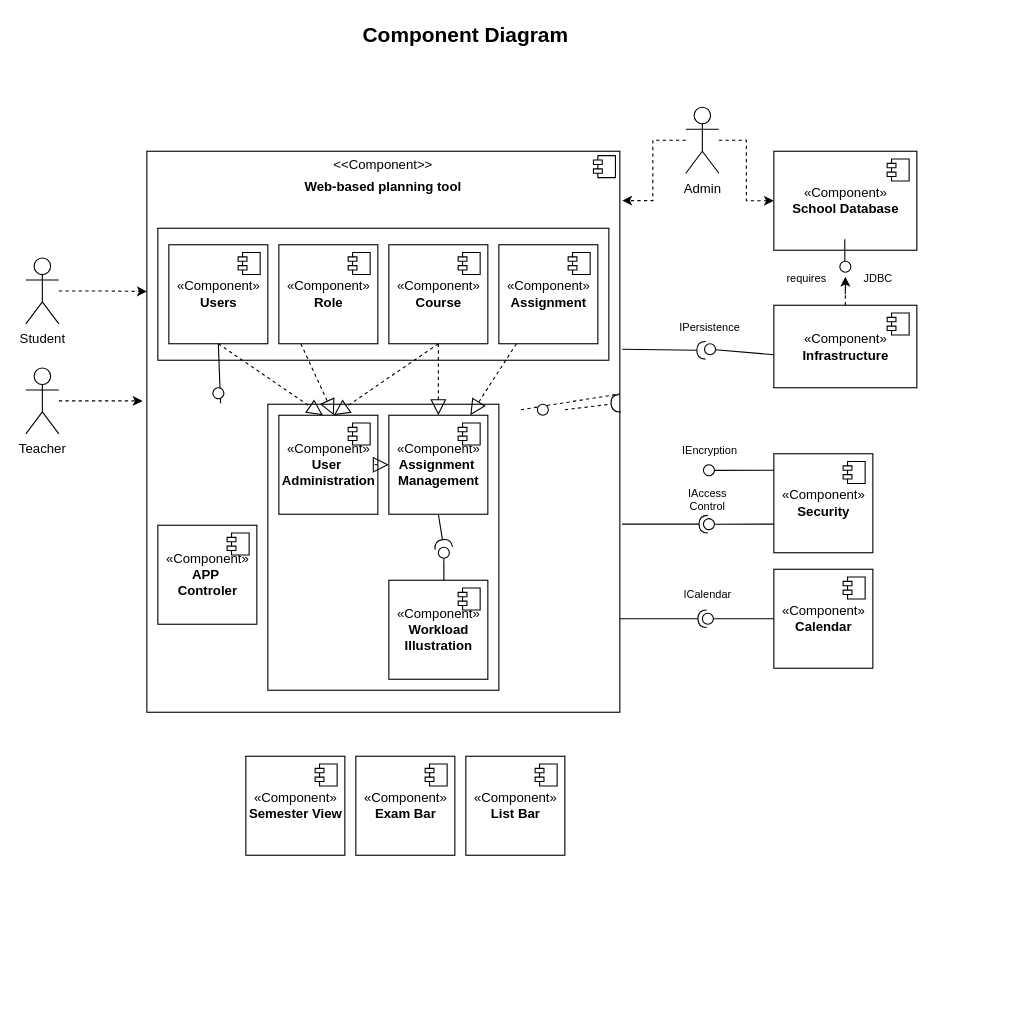
Earlier version of the draw.io diagram diagrams/Untitled Diagram.drawio (die-drei-fragezeichen/eXama). Source tidied: cells renumbered, new cells numbered last; positions are measured from the earlier drawing's top-left corner, leaving out a move shared by most shapes. Both pictures are drawn from the tidied source at 110%, with x=0, y=0 at pixel (25, 19).
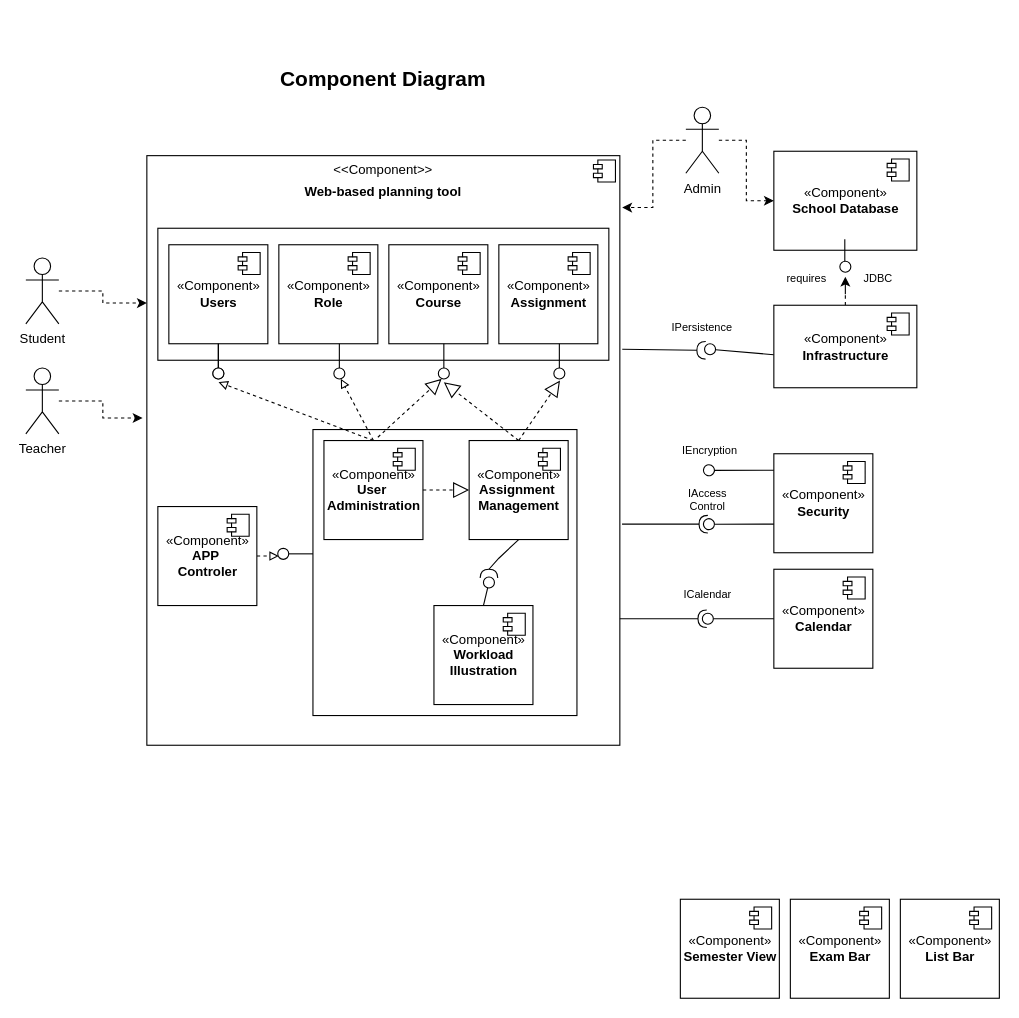
After the change.

Unchanged cells that the change refers to:
```xml
<mxCell id="20" value="«Component»&lt;br&gt;&lt;b&gt;Assignment&lt;/b&gt;" style="html=1;" parent="1" vertex="1">
  <mxGeometry x="430" y="205" width="90" height="90" as="geometry" />
</mxCell>
<mxCell id="28" value="«Component»&lt;br&gt;&lt;b&gt;Users&lt;/b&gt;" style="html=1;" parent="1" vertex="1">
  <mxGeometry x="130" y="205" width="90" height="90" as="geometry" />
</mxCell>
<mxCell id="32" value="«Component»&lt;br&gt;&lt;b&gt;Course&lt;/b&gt;" style="html=1;" parent="1" vertex="1">
  <mxGeometry x="330" y="205" width="90" height="90" as="geometry" />
</mxCell>
```

Diff of the diagram source:
```diff
@@
     <mxCell id="2" value="&lt;p style=&quot;margin: 0px ; margin-top: 6px ; text-align: center&quot;&gt;&amp;lt;&amp;lt;Component&amp;gt;&amp;gt;&lt;/p&gt;&lt;p style=&quot;margin: 0px ; margin-top: 6px ; text-align: center&quot;&gt;&lt;b&gt;Web-based planning tool&lt;/b&gt;&lt;/p&gt;" style="align=left;overflow=fill;html=1;" parent="1" vertex="1">
-      <mxGeometry x="110" y="120" width="430" height="510" as="geometry" />
+      <mxGeometry x="110" y="124" width="430" height="536" as="geometry" />
     </mxCell>
@@
-    <mxCell id="4" style="rounded=0;whiteSpace=wrap;html=1;fontSize=19;align=left;" parent="1" vertex="1">
-      <mxGeometry x="220" y="350" width="210" height="260" as="geometry" />
-    </mxCell>
@@
     <mxCell id="15" value="Component Diagram" style="text;align=center;fontStyle=1;verticalAlign=middle;spacingLeft=3;spacingRight=3;strokeColor=none;fontSize=19;" parent="1" vertex="1">
-      <mxGeometry x="360" width="80" height="26" as="geometry" />
+      <mxGeometry x="285" y="40" width="80" height="26" as="geometry" />
     </mxCell>
-    <mxCell id="16" value="«Component»&lt;br&gt;&lt;b&gt;Workload &lt;br&gt;Illustration&lt;/b&gt;" style="html=1;" parent="1" vertex="1">
-      <mxGeometry x="330" y="510" width="90" height="90" as="geometry" />
-    </mxCell>
-    <mxCell id="17" style="shape=module;jettyWidth=8;jettyHeight=4;" parent="16" vertex="1">
-      <mxGeometry x="1" width="20" height="20" relative="1" as="geometry">
-        <mxPoint x="-27" y="7" as="offset" />
-      </mxGeometry>
-    </mxCell>
     <mxCell id="18" value="«Component»&lt;br&gt;&lt;b&gt;Semester View&lt;/b&gt;" style="html=1;" parent="1" vertex="1">
-      <mxGeometry x="200" y="670" width="90" height="90" as="geometry" />
+      <mxGeometry x="595" y="800" width="90" height="90" as="geometry" />
     </mxCell>
@@
     <mxCell id="24" value="«Component»&lt;br&gt;&lt;b&gt;Exam Bar&lt;/b&gt;" style="html=1;" parent="1" vertex="1">
-      <mxGeometry x="300" y="670" width="90" height="90" as="geometry" />
+      <mxGeometry x="695" y="800" width="90" height="90" as="geometry" />
     </mxCell>
@@
     <mxCell id="26" value="«Component»&lt;br&gt;&lt;b&gt;List Bar&lt;/b&gt;" style="html=1;" parent="1" vertex="1">
-      <mxGeometry x="400" y="670" width="90" height="90" as="geometry" />
+      <mxGeometry x="795" y="800" width="90" height="90" as="geometry" />
     </mxCell>
@@
-    <mxCell id="34" value="«Component»&lt;br&gt;&lt;b&gt;Assignment&amp;nbsp;&lt;br&gt;Management&lt;br&gt;&lt;/b&gt;" style="html=1;" parent="1" vertex="1">
-      <mxGeometry x="330" y="360" width="90" height="90" as="geometry" />
-    </mxCell>
-    <mxCell id="35" style="shape=module;jettyWidth=8;jettyHeight=4;" parent="34" vertex="1">
-      <mxGeometry x="1" width="20" height="20" relative="1" as="geometry">
-        <mxPoint x="-27" y="7" as="offset" />
-      </mxGeometry>
-    </mxCell>
-    <mxCell id="36" value="«Component»&lt;br&gt;&lt;b&gt;User&amp;nbsp;&lt;br&gt;Administration&lt;br&gt;&lt;/b&gt;" style="html=1;" parent="1" vertex="1">
-      <mxGeometry x="230" y="360" width="90" height="90" as="geometry" />
-    </mxCell>
-    <mxCell id="37" style="shape=module;jettyWidth=8;jettyHeight=4;" parent="36" vertex="1">
-      <mxGeometry x="1" width="20" height="20" relative="1" as="geometry">
-        <mxPoint x="-27" y="7" as="offset" />
-      </mxGeometry>
-    </mxCell>
@@
-    <mxCell id="43" style="rounded=0;jettySize=auto;html=1;endArrow=none;endFill=0;fontSize=19;exitX=0.628;exitY=0.765;exitDx=0;exitDy=0;exitPerimeter=0;" parent="1" edge="1" source="2" target="45">
-      <mxGeometry relative="1" as="geometry" />
-    </mxCell>
-    <mxCell id="44" style="rounded=0;jettySize=auto;html=1;endArrow=halfCircle;endFill=0;endSize=6;strokeWidth=1;fontSize=19;exitX=0.5;exitY=1;exitDx=0;exitDy=0;entryX=0.5;entryY=0.1;entryDx=0;entryDy=0;entryPerimeter=0;" parent="1" edge="1" source="34" target="45">
-      <mxGeometry relative="1" as="geometry" />
-    </mxCell>
-    <mxCell id="45" style="ellipse;whiteSpace=wrap;html=1;fontFamily=Helvetica;fontSize=12;fontColor=#000000;align=center;strokeColor=#000000;fillColor=#ffffff;points=[];" parent="1" vertex="1">
-      <mxGeometry x="375" y="480" width="10" height="10" as="geometry" />
-    </mxCell>
-    <mxCell id="46" style="endArrow=block;dashed=1;endFill=0;endSize=12;html=1;fontSize=19;exitX=0.5;exitY=1;exitDx=0;exitDy=0;" parent="1" edge="1" source="28">
-      <mxGeometry relative="1" as="geometry">
-        <mxPoint x="270" y="360" as="targetPoint" />
-      </mxGeometry>
-    </mxCell>
-    <mxCell id="47" style="endArrow=block;dashed=1;endFill=0;endSize=12;html=1;fontSize=19;" parent="1" edge="1">
-      <mxGeometry relative="1" as="geometry">
-        <mxPoint x="250" y="295" as="sourcePoint" />
-        <mxPoint x="280" y="360" as="targetPoint" />
-      </mxGeometry>
-    </mxCell>
-    <mxCell id="48" style="endArrow=block;dashed=1;endFill=0;endSize=12;html=1;fontSize=19;exitX=0.5;exitY=1;exitDx=0;exitDy=0;" parent="1" edge="1" source="32">
-      <mxGeometry relative="1" as="geometry">
-        <mxPoint x="280" y="360" as="targetPoint" />
-      </mxGeometry>
-    </mxCell>
-    <mxCell id="49" style="endArrow=block;dashed=1;endFill=0;endSize=12;html=1;fontSize=19;" parent="1" edge="1" source="20" target="34">
-      <mxGeometry relative="1" as="geometry" />
-    </mxCell>
+    <mxCell id="78" style="edgeStyle=orthogonalEdgeStyle;rounded=0;jettySize=auto;html=1;entryX=0.652;entryY=0.928;entryDx=0;entryDy=0;entryPerimeter=0;dashed=1;endArrow=block;endFill=0;" parent="1" edge="1" source="50" target="89">
+      <mxGeometry relative="1" as="geometry" />
+    </mxCell>
     <mxCell id="50" value="«Component»&lt;br&gt;&lt;b&gt;APP&amp;nbsp;&lt;br&gt;Controler&lt;br&gt;&lt;/b&gt;" style="html=1;" parent="1" vertex="1">
-      <mxGeometry x="120" y="460" width="90" height="90" as="geometry" />
+      <mxGeometry x="120" y="443" width="90" height="90" as="geometry" />
     </mxCell>
@@
-    <mxCell id="52" style="endArrow=block;dashed=1;endFill=0;endSize=12;html=1;fontSize=19;exitX=0.5;exitY=1;exitDx=0;exitDy=0;entryX=0.5;entryY=0;entryDx=0;entryDy=0;" parent="1" edge="1" source="32" target="34">
-      <mxGeometry relative="1" as="geometry" />
-    </mxCell>
-    <mxCell id="53" style="endArrow=block;dashed=1;endFill=0;endSize=12;html=1;fontSize=19;exitX=1;exitY=0.5;exitDx=0;exitDy=0;entryX=0;entryY=0.5;entryDx=0;entryDy=0;" parent="1" edge="1" source="36" target="34">
-      <mxGeometry relative="1" as="geometry" />
-    </mxCell>
@@
     <mxCell id="65" value="IPersistence" style="text;html=1;strokeColor=none;fillColor=none;align=center;verticalAlign=middle;whiteSpace=wrap;rounded=0;fontSize=10;" parent="1" vertex="1">
-      <mxGeometry x="602" y="270" width="40" height="20" as="geometry" />
+      <mxGeometry x="595" y="270" width="40" height="20" as="geometry" />
     </mxCell>
@@
-    <mxCell id="73" style="rounded=0;jettySize=auto;html=1;endArrow=none;endFill=0;dashed=1;fontSize=10;" parent="1" edge="1" target="2">
-      <mxGeometry relative="1" as="geometry">
-        <mxPoint x="450" y="355" as="sourcePoint" />
-      </mxGeometry>
-    </mxCell>
-    <mxCell id="74" style="rounded=0;jettySize=auto;html=1;endArrow=halfCircle;endFill=0;endSize=6;strokeWidth=1;dashed=1;fontSize=10;" parent="1" edge="1" target="2">
-      <mxGeometry relative="1" as="geometry">
-        <mxPoint x="490" y="355" as="sourcePoint" />
-      </mxGeometry>
-    </mxCell>
-    <mxCell id="75" style="ellipse;whiteSpace=wrap;html=1;fontFamily=Helvetica;fontSize=12;fontColor=#000000;align=center;strokeColor=#000000;fillColor=#ffffff;" parent="1" vertex="1">
-      <mxGeometry x="465" y="350" width="10" height="10" as="geometry" />
-    </mxCell>
-    <mxCell id="76" style="rounded=0;jettySize=auto;html=1;endArrow=none;endFill=0;fontSize=10;exitX=0.5;exitY=1;exitDx=0;exitDy=0;entryX=1.062;entryY=1.231;entryDx=0;entryDy=0;entryPerimeter=0;" parent="1" edge="1" source="28" target="77">
-      <mxGeometry relative="1" as="geometry" />
-    </mxCell>
-    <mxCell id="77" style="ellipse;whiteSpace=wrap;html=1;fontFamily=Helvetica;fontSize=12;fontColor=#000000;align=center;strokeColor=#000000;fillColor=#ffffff;points=[];rotation=25;" parent="1" vertex="1">
-      <mxGeometry x="170" y="335" width="10" height="10" as="geometry" />
-    </mxCell>
+    <mxCell id="79" style="rounded=0;jettySize=auto;html=1;endArrow=none;endFill=0;exitX=0.5;exitY=1;exitDx=0;exitDy=0;" parent="1" edge="1" source="28" target="80">
+      <mxGeometry relative="1" as="geometry" />
+    </mxCell>
+    <mxCell id="80" style="ellipse;whiteSpace=wrap;html=1;fontFamily=Helvetica;fontSize=12;fontColor=#000000;align=center;strokeColor=#000000;fillColor=#ffffff;points=[];" parent="1" vertex="1">
+      <mxGeometry x="170" y="317" width="10" height="10" as="geometry" />
+    </mxCell>
+    <mxCell id="81" style="ellipse;whiteSpace=wrap;html=1;fontFamily=Helvetica;fontSize=12;fontColor=#000000;align=center;strokeColor=#000000;fillColor=#ffffff;points=[];" parent="1" vertex="1">
+      <mxGeometry x="170" y="317" width="10" height="10" as="geometry" />
+    </mxCell>
+    <mxCell id="82" style="rounded=0;orthogonalLoop=1;jettySize=auto;html=1;endArrow=none;endFill=0;exitX=0.5;exitY=1;exitDx=0;exitDy=0;" parent="1" edge="1">
+      <mxGeometry relative="1" as="geometry">
+        <mxPoint x="175" y="295" as="sourcePoint" />
+        <mxPoint x="175" y="317" as="targetPoint" />
+      </mxGeometry>
+    </mxCell>
+    <mxCell id="83" style="ellipse;whiteSpace=wrap;html=1;fontFamily=Helvetica;fontSize=12;fontColor=#000000;align=center;strokeColor=#000000;fillColor=#ffffff;points=[];" parent="1" vertex="1">
+      <mxGeometry x="280" y="317" width="10" height="10" as="geometry" />
+    </mxCell>
+    <mxCell id="84" style="rounded=0;orthogonalLoop=1;jettySize=auto;html=1;endArrow=none;endFill=0;exitX=0.5;exitY=1;exitDx=0;exitDy=0;" parent="1" edge="1">
+      <mxGeometry relative="1" as="geometry">
+        <mxPoint x="285" y="295" as="sourcePoint" />
+        <mxPoint x="285" y="317" as="targetPoint" />
+      </mxGeometry>
+    </mxCell>
+    <mxCell id="85" style="ellipse;whiteSpace=wrap;html=1;fontFamily=Helvetica;fontSize=12;fontColor=#000000;align=center;strokeColor=#000000;fillColor=#ffffff;points=[];" parent="1" vertex="1">
+      <mxGeometry x="375" y="317" width="10" height="10" as="geometry" />
+    </mxCell>
+    <mxCell id="86" style="rounded=0;orthogonalLoop=1;jettySize=auto;html=1;endArrow=none;endFill=0;exitX=0.5;exitY=1;exitDx=0;exitDy=0;" parent="1" edge="1">
+      <mxGeometry relative="1" as="geometry">
+        <mxPoint x="380" y="295" as="sourcePoint" />
+        <mxPoint x="380" y="317" as="targetPoint" />
+      </mxGeometry>
+    </mxCell>
+    <mxCell id="87" style="group;" parent="1" vertex="1">
+      <mxGeometry x="261" y="373" width="240" height="260" as="geometry" />
+    </mxCell>
+    <mxCell id="4" style="rounded=0;whiteSpace=wrap;html=1;fontSize=19;align=left;" parent="87" vertex="1">
+      <mxGeometry width="240" height="260" as="geometry" />
+    </mxCell>
+    <mxCell id="16" value="«Component»&lt;br&gt;&lt;b&gt;Workload &lt;br&gt;Illustration&lt;/b&gt;" style="html=1;" parent="87" vertex="1">
+      <mxGeometry x="110" y="160" width="90" height="90" as="geometry" />
+    </mxCell>
+    <mxCell id="17" style="shape=module;jettyWidth=8;jettyHeight=4;" parent="16" vertex="1">
+      <mxGeometry x="1" width="20" height="20" relative="1" as="geometry">
+        <mxPoint x="-27" y="7" as="offset" />
+      </mxGeometry>
+    </mxCell>
+    <mxCell id="34" value="«Component»&lt;br&gt;&lt;b&gt;Assignment&amp;nbsp;&lt;br&gt;Management&lt;br&gt;&lt;/b&gt;" style="html=1;" parent="87" vertex="1">
+      <mxGeometry x="142" y="10" width="90" height="90" as="geometry" />
+    </mxCell>
+    <mxCell id="35" style="shape=module;jettyWidth=8;jettyHeight=4;" parent="34" vertex="1">
+      <mxGeometry x="1" width="20" height="20" relative="1" as="geometry">
+        <mxPoint x="-27" y="7" as="offset" />
+      </mxGeometry>
+    </mxCell>
+    <mxCell id="36" value="«Component»&lt;br&gt;&lt;b&gt;User&amp;nbsp;&lt;br&gt;Administration&lt;br&gt;&lt;/b&gt;" style="html=1;" parent="87" vertex="1">
+      <mxGeometry x="10" y="10" width="90" height="90" as="geometry" />
+    </mxCell>
+    <mxCell id="37" style="shape=module;jettyWidth=8;jettyHeight=4;" parent="36" vertex="1">
+      <mxGeometry x="1" width="20" height="20" relative="1" as="geometry">
+        <mxPoint x="-27" y="7" as="offset" />
+      </mxGeometry>
+    </mxCell>
+    <mxCell id="44" style="rounded=0;jettySize=auto;html=1;endArrow=halfCircle;endFill=0;endSize=6;strokeWidth=1;fontSize=19;exitX=0.5;exitY=1;exitDx=0;exitDy=0;entryX=0.5;entryY=0.1;entryDx=0;entryDy=0;entryPerimeter=0;" parent="87" edge="1" source="34" target="45">
+      <mxGeometry relative="1" as="geometry">
+        <Array as="points">
+          <mxPoint x="169" y="117" />
+          <mxPoint x="160" y="127" />
+        </Array>
+      </mxGeometry>
+    </mxCell>
+    <mxCell id="45" style="ellipse;whiteSpace=wrap;html=1;fontFamily=Helvetica;fontSize=12;fontColor=#000000;align=center;strokeColor=#000000;fillColor=#ffffff;points=[];" parent="87" vertex="1">
+      <mxGeometry x="155" y="134" width="10" height="10" as="geometry" />
+    </mxCell>
+    <mxCell id="53" style="endArrow=block;dashed=1;endFill=0;endSize=12;html=1;fontSize=19;exitX=1;exitY=0.5;exitDx=0;exitDy=0;entryX=0;entryY=0.5;entryDx=0;entryDy=0;" parent="87" edge="1" source="36" target="34">
+      <mxGeometry relative="1" as="geometry" />
+    </mxCell>
+    <mxCell id="43" style="rounded=0;jettySize=auto;html=1;endArrow=none;endFill=0;fontSize=19;exitX=0.5;exitY=0;exitDx=0;exitDy=0;" parent="87" edge="1" source="16" target="45">
+      <mxGeometry relative="1" as="geometry" />
+    </mxCell>
+    <mxCell id="88" style="group;rotation=90;" parent="1" vertex="1">
+      <mxGeometry x="240" y="470" width="10" height="32" as="geometry" />
+    </mxCell>
+    <mxCell id="89" style="ellipse;whiteSpace=wrap;html=1;fontFamily=Helvetica;fontSize=12;fontColor=#000000;align=center;strokeColor=#000000;fillColor=#ffffff;points=[];rotation=90;" parent="88" vertex="1">
+      <mxGeometry x="-11" y="11" width="10" height="10" as="geometry" />
+    </mxCell>
+    <mxCell id="90" style="rounded=0;orthogonalLoop=1;jettySize=auto;html=1;endArrow=none;endFill=0;" parent="88" edge="1">
+      <mxGeometry relative="1" as="geometry">
+        <mxPoint x="21" y="16" as="sourcePoint" />
+        <mxPoint x="-1" y="16" as="targetPoint" />
+      </mxGeometry>
+    </mxCell>
+    <mxCell id="91" style="rounded=0;jettySize=auto;html=1;dashed=1;endArrow=block;endFill=0;entryX=0.519;entryY=1.29;entryDx=0;entryDy=0;entryPerimeter=0;exitX=0.5;exitY=0;exitDx=0;exitDy=0;" parent="1" edge="1" source="36" target="81">
+      <mxGeometry relative="1" as="geometry" />
+    </mxCell>
+    <mxCell id="92" style="rounded=0;jettySize=auto;html=1;dashed=1;endArrow=block;endFill=0;entryX=0.633;entryY=0.983;entryDx=0;entryDy=0;entryPerimeter=0;" parent="1" edge="1" target="83">
+      <mxGeometry relative="1" as="geometry">
+        <mxPoint x="316" y="383" as="sourcePoint" />
+      </mxGeometry>
+    </mxCell>
+    <mxCell id="48" style="endArrow=block;dashed=1;endFill=0;endSize=12;html=1;fontSize=19;entryX=0.3;entryY=0.983;entryDx=0;entryDy=0;entryPerimeter=0;startSize=6;" parent="1" edge="1" target="85">
+      <mxGeometry relative="1" as="geometry">
+        <mxPoint x="320" y="380" as="sourcePoint" />
+      </mxGeometry>
+    </mxCell>
+    <mxCell id="93" style="ellipse;whiteSpace=wrap;html=1;fontFamily=Helvetica;fontSize=12;fontColor=#000000;align=center;strokeColor=#000000;fillColor=#ffffff;points=[];" parent="1" vertex="1">
+      <mxGeometry x="480" y="317" width="10" height="10" as="geometry" />
+    </mxCell>
+    <mxCell id="94" style="rounded=0;orthogonalLoop=1;jettySize=auto;html=1;endArrow=none;endFill=0;exitX=0.5;exitY=1;exitDx=0;exitDy=0;" parent="1" edge="1">
+      <mxGeometry relative="1" as="geometry">
+        <mxPoint x="485" y="295" as="sourcePoint" />
+        <mxPoint x="485" y="317" as="targetPoint" />
+      </mxGeometry>
+    </mxCell>
+    <mxCell id="49" style="endArrow=block;dashed=1;endFill=0;endSize=12;html=1;fontSize=19;entryX=0.56;entryY=1.14;entryDx=0;entryDy=0;entryPerimeter=0;exitX=0.5;exitY=0;exitDx=0;exitDy=0;" parent="1" edge="1" source="34" target="93">
+      <mxGeometry relative="1" as="geometry" />
+    </mxCell>
+    <mxCell id="52" style="endArrow=block;dashed=1;endFill=0;endSize=12;html=1;fontSize=19;exitX=0.5;exitY=0;exitDx=0;exitDy=0;" parent="1" edge="1" source="34">
+      <mxGeometry relative="1" as="geometry">
+        <mxPoint x="380" y="330" as="targetPoint" />
+      </mxGeometry>
+    </mxCell>
```
